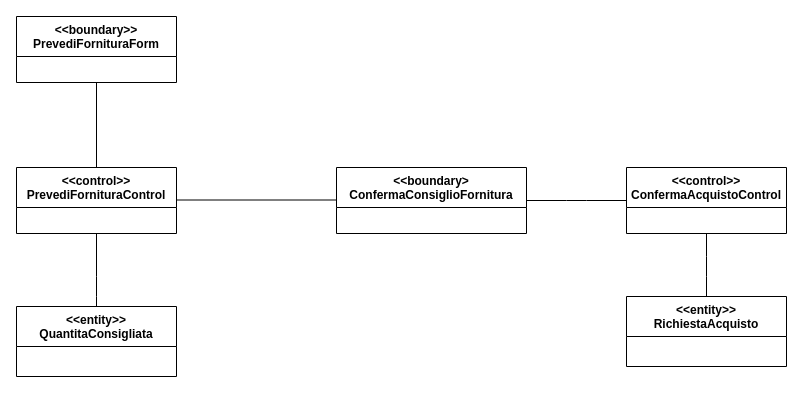
Ciro-Fusco/NewDM keeps this draw.io diagram as Object&SequenceDiagram/OD_4.drawio. Above is the earlier version. Source tidied: cells renumbered, new cells numbered last; positions are measured from the earlier drawing's top-left corner, leaving out a move shared by most shapes. Both pictures are drawn from the tidied source at 100%, with x=0, y=0 at pixel (16, 16).
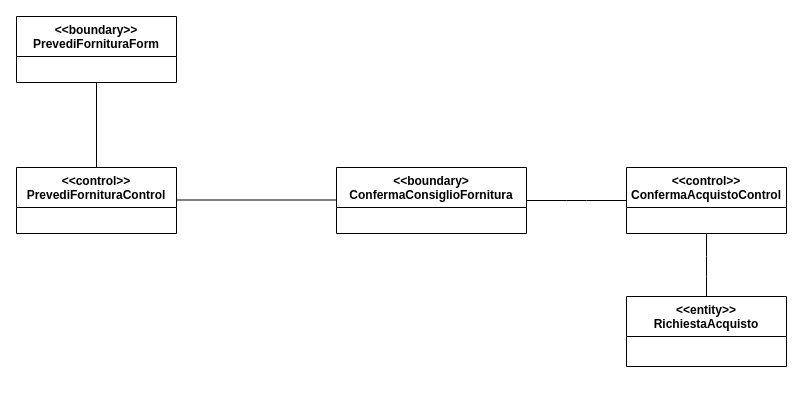
Above is the later version.

Change to the diagram source:
```diff
@@
 <mxGraphModel>
   <root>
     <mxCell id="0" />
     <mxCell id="1" parent="0" />
     <mxCell id="2" value="&lt;&lt;boundary&gt;&gt;&#10;PrevediFornituraForm" style="swimlane;fontStyle=1;align=center;verticalAlign=top;horizontal=1;startSize=40;" parent="1" vertex="1">
       <mxGeometry width="160" height="66" as="geometry" />
     </mxCell>
     <mxCell id="3" value="&lt;&lt;control&gt;&gt;&#10;PrevediFornituraControl" style="swimlane;fontStyle=1;align=center;verticalAlign=top;horizontal=1;startSize=40;" parent="1" vertex="1">
       <mxGeometry y="151" width="160" height="66" as="geometry" />
     </mxCell>
     <mxCell id="4" value="&lt;&lt;boundary&gt;&#10;ConfermaConsiglioFornitura" style="swimlane;fontStyle=1;align=center;verticalAlign=top;horizontal=1;startSize=40;" parent="1" vertex="1">
       <mxGeometry x="320" y="151" width="190" height="66" as="geometry" />
     </mxCell>
     <mxCell id="5" style="endArrow=none;html=1;edgeStyle=orthogonalEdgeStyle;exitX=0.5;exitY=0;exitDx=0;exitDy=0;entryX=0.5;entryY=1;entryDx=0;entryDy=0;" parent="1" edge="1" source="3" target="2">
       <mxGeometry relative="1" as="geometry" />
     </mxCell>
-    <mxCell id="6" value="&lt;&lt;entity&gt;&gt;&#10;QuantitaConsigliata" style="swimlane;fontStyle=1;align=center;verticalAlign=top;horizontal=1;startSize=40;" parent="1" vertex="1">
-      <mxGeometry y="290" width="160" height="70" as="geometry" />
-    </mxCell>
-    <mxCell id="7" style="endArrow=none;html=1;edgeStyle=orthogonalEdgeStyle;exitX=0.5;exitY=1;exitDx=0;exitDy=0;" parent="1" edge="1" source="3">
-      <mxGeometry relative="1" as="geometry">
-        <mxPoint x="80" y="290" as="targetPoint" />
-        <Array as="points">
-          <mxPoint x="80" y="270" />
-          <mxPoint x="80" y="270" />
-        </Array>
-      </mxGeometry>
-    </mxCell>
     <mxCell id="8" style="endArrow=none;html=1;edgeStyle=orthogonalEdgeStyle;" parent="1" edge="1">
       <mxGeometry relative="1" as="geometry">
         <mxPoint x="160" y="183.5" as="sourcePoint" />
         <mxPoint x="320" y="183.5" as="targetPoint" />
       </mxGeometry>
     </mxCell>
     <mxCell id="9" value="&lt;&lt;control&gt;&gt;&#10;ConfermaAcquistoControl" style="swimlane;fontStyle=1;align=center;verticalAlign=top;horizontal=1;startSize=40;" parent="1" vertex="1">
       <mxGeometry x="610" y="151" width="160" height="66" as="geometry" />
     </mxCell>
     <mxCell id="10" style="endArrow=none;html=1;edgeStyle=orthogonalEdgeStyle;exitX=1;exitY=0.5;exitDx=0;exitDy=0;" parent="1" edge="1" source="4">
       <mxGeometry relative="1" as="geometry">
         <mxPoint x="610" y="184" as="targetPoint" />
       </mxGeometry>
     </mxCell>
     <mxCell id="11" value="&lt;&lt;entity&gt;&gt;&#10;RichiestaAcquisto" style="swimlane;fontStyle=1;align=center;verticalAlign=top;horizontal=1;startSize=40;" parent="1" vertex="1">
       <mxGeometry x="610" y="280" width="160" height="70" as="geometry" />
     </mxCell>
     <mxCell id="12" style="endArrow=none;html=1;edgeStyle=orthogonalEdgeStyle;exitX=0.5;exitY=1;exitDx=0;exitDy=0;entryX=0.5;entryY=0;entryDx=0;entryDy=0;" parent="1" edge="1" source="9" target="11">
       <mxGeometry relative="1" as="geometry">
         <Array as="points">
           <mxPoint x="690" y="250" />
           <mxPoint x="690" y="250" />
         </Array>
       </mxGeometry>
     </mxCell>
   </root>
 </mxGraphModel>
```
